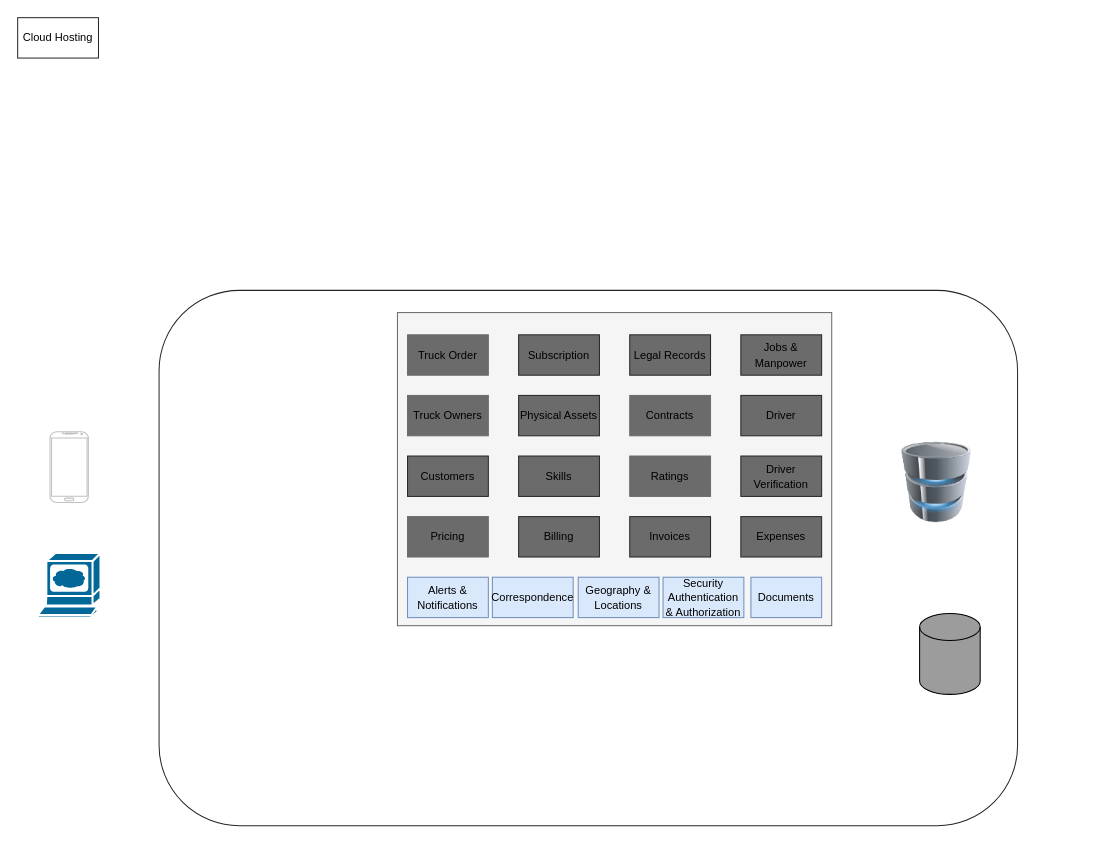
Before: VahnArchitecture.drawio in nkapre/kapresoftprojects, a draw.io diagram. Source tidied: cells renumbered, new cells numbered last; positions are measured from the earlier drawing's top-left corner, leaving out a move shared by most shapes. Both pictures are drawn from the tidied source at 101%, with x=0, y=0 at pixel (17, 17). Pictures stored in the file or linked from it are replaced by grey dashed boxes.
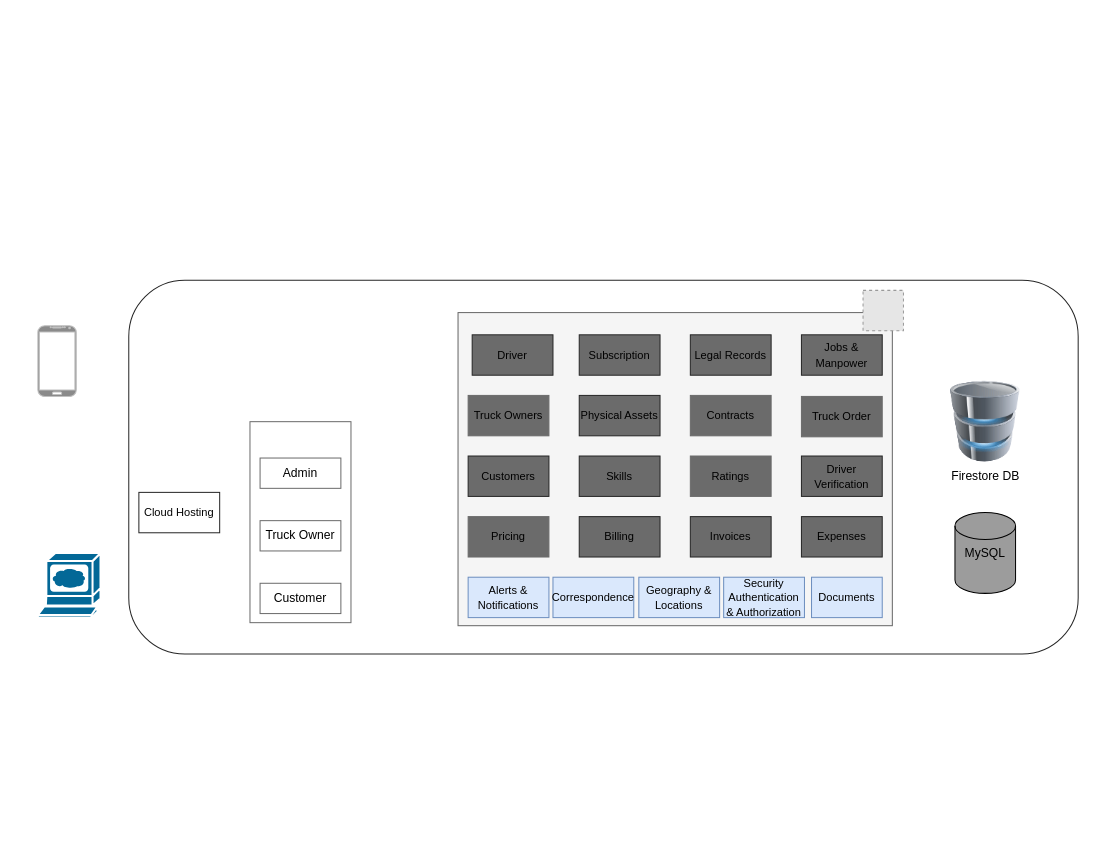
The same page after the edit.

The edit, as a diff of the source:
```diff
@@
     <mxCell id="2" style="rounded=1;whiteSpace=wrap;html=1;strokeColor=#262626;" parent="1" vertex="1">
-      <mxGeometry x="140" y="270" width="850" height="530" as="geometry" />
+      <mxGeometry x="110" y="260" width="940" height="370" as="geometry" />
     </mxCell>
@@
-    <mxCell id="4" style="verticalLabelPosition=bottom;verticalAlign=top;html=1;shadow=0;dashed=0;strokeWidth=1;shape=mxgraph.android.phone2;strokeColor=#c0c0c0;" parent="1" vertex="1">
-      <mxGeometry x="32" y="410" width="38" height="70" as="geometry" />
+    <mxCell id="4" style="verticalLabelPosition=bottom;verticalAlign=top;html=1;shadow=0;dashed=0;strokeWidth=1;shape=mxgraph.android.phone2;strokeColor=#c0c0c0;fillColor=#8A8A8A;" parent="1" vertex="1">
+      <mxGeometry x="20" y="305" width="38" height="70" as="geometry" />
     </mxCell>
     <mxCell id="5" value="&lt;font style=&quot;font-size: 11px&quot;&gt;Cloud Hosting&lt;/font&gt;" style="rounded=0;whiteSpace=wrap;html=1;strokeColor=#262626;" parent="1" vertex="1">
-      <mxGeometry width="80" height="40" as="geometry" />
+      <mxGeometry x="120" y="470" width="80" height="40" as="geometry" />
     </mxCell>
-    <mxCell id="6" style="image;html=1;image=img/lib/clip_art/computers/Database_128x128.png;strokeColor=#6B6B6B;fillColor=#6B6B6B;" parent="1" vertex="1">
-      <mxGeometry x="870" y="420" width="80" height="80" as="geometry" />
+    <mxCell id="6" value="Firestore DB" style="image;html=1;image=img/lib/clip_art/computers/Database_128x128.png;strokeColor=#6B6B6B;fillColor=#6B6B6B;" parent="1" vertex="1">
+      <mxGeometry x="918" y="360" width="80" height="80" as="geometry" />
     </mxCell>
-    <mxCell id="7" style="strokeWidth=1;html=1;shape=mxgraph.flowchart.database;whiteSpace=wrap;fillColor=#9C9C9C;" parent="1" vertex="1">
-      <mxGeometry x="893" y="590" width="60" height="80" as="geometry" />
+    <mxCell id="7" value="MySQL" style="strokeWidth=1;html=1;shape=mxgraph.flowchart.database;whiteSpace=wrap;fillColor=#9C9C9C;" parent="1" vertex="1">
+      <mxGeometry x="928" y="490" width="60" height="80" as="geometry" />
     </mxCell>
+    <mxCell id="31" style="rounded=0;whiteSpace=wrap;html=1;strokeColor=#6B6B6B;strokeWidth=1;fillColor=#FFFFFF;" parent="1" vertex="1">
+      <mxGeometry x="230" y="400" width="100" height="199" as="geometry" />
+    </mxCell>
+    <mxCell id="32" style="group;" parent="1" vertex="1">
+      <mxGeometry x="436" y="270" width="441" height="332" as="geometry" />
+    </mxCell>
-    <mxCell id="8" style="group;" parent="1" vertex="1">
-      <mxGeometry x="376" y="292" width="430" height="310" as="geometry" />
+    <mxCell id="8" style="group;" parent="32" vertex="1">
+      <mxGeometry y="22" width="430" height="310" as="geometry" />
     </mxCell>
@@
-    <mxCell id="18" value="&lt;font style=&quot;font-size: 11px&quot;&gt;Driver&lt;/font&gt;" style="rounded=0;whiteSpace=wrap;html=1;strokeColor=#262626;fillColor=#6B6B6B;" parent="8" vertex="1">
-      <mxGeometry x="340" y="82" width="80" height="40" as="geometry" />
-    </mxCell>
@@
     <mxCell id="21" value="&lt;font style=&quot;font-size: 11px&quot;&gt;Truck Order&lt;/font&gt;" style="rounded=0;whiteSpace=wrap;html=1;strokeColor=#6B6B6B;fillColor=#6B6B6B;" parent="8" vertex="1">
-      <mxGeometry x="10" y="22" width="80" height="40" as="geometry" />
+      <mxGeometry x="340" y="83" width="80" height="40" as="geometry" />
     </mxCell>
@@
+    <mxCell id="18" value="&lt;font style=&quot;font-size: 11px&quot;&gt;Driver&lt;/font&gt;" style="rounded=0;whiteSpace=wrap;html=1;strokeColor=#262626;fillColor=#6B6B6B;" parent="8" vertex="1">
+      <mxGeometry x="14" y="22" width="80" height="40" as="geometry" />
+    </mxCell>
+    <mxCell id="33" style="fillColor=#E6E6E6;strokeColor=#999999;dashed=1;verticalLabelPosition=bottom;labelBackgroundColor=#ffffff;verticalAlign=top;" parent="32" vertex="1">
+      <mxGeometry x="401" width="40" height="40" as="geometry" />
+    </mxCell>
+    <mxCell id="34" value="Admin" style="rounded=0;whiteSpace=wrap;html=1;strokeColor=#6B6B6B;strokeWidth=1;fillColor=#FFFFFF;" parent="1" vertex="1">
+      <mxGeometry x="240" y="436" width="80" height="30" as="geometry" />
+    </mxCell>
+    <mxCell id="35" value="Truck Owner" style="rounded=0;whiteSpace=wrap;html=1;strokeColor=#6B6B6B;strokeWidth=1;fillColor=#FFFFFF;" parent="1" vertex="1">
+      <mxGeometry x="240" y="498" width="80" height="30" as="geometry" />
+    </mxCell>
+    <mxCell id="36" value="Customer" style="rounded=0;whiteSpace=wrap;html=1;strokeColor=#6B6B6B;strokeWidth=1;fillColor=#FFFFFF;" parent="1" vertex="1">
+      <mxGeometry x="240" y="560" width="80" height="30" as="geometry" />
+    </mxCell>
```
